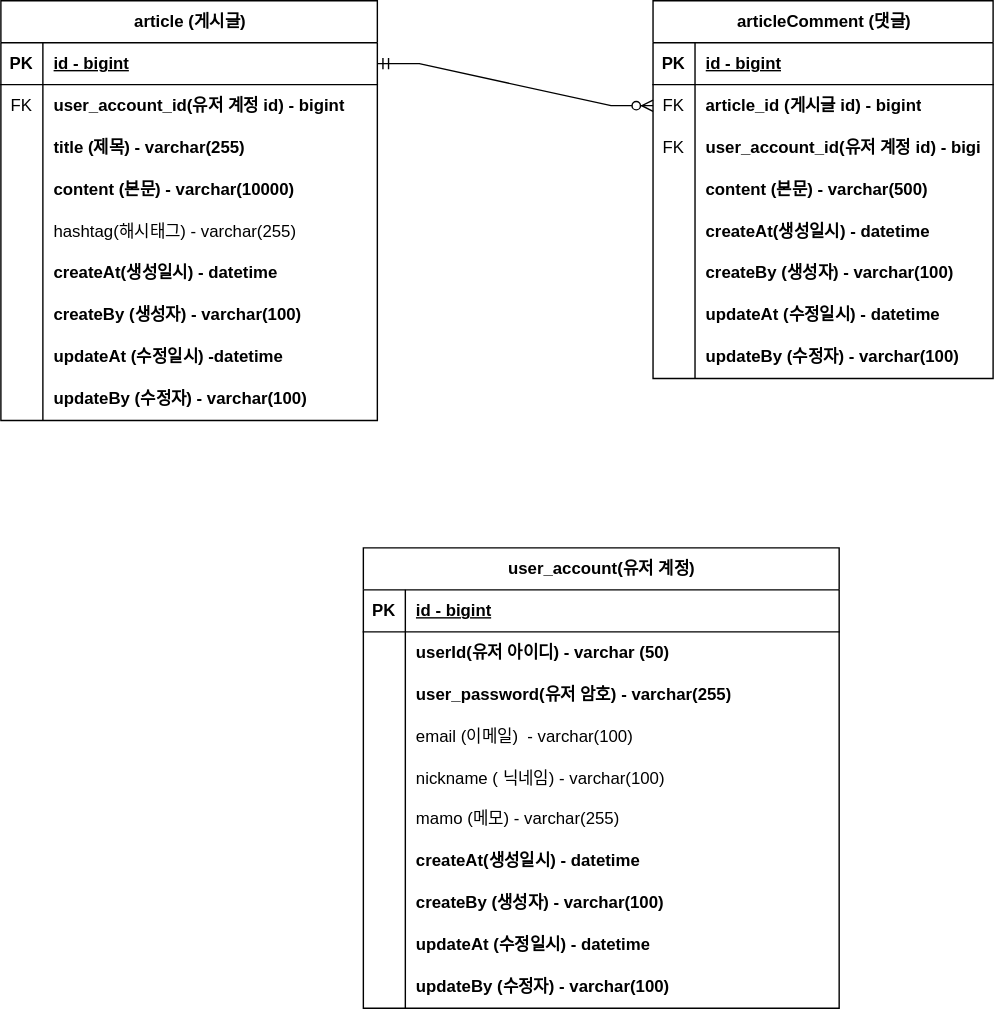
This is document/project-board-erd.svg from hojin7769/project-board, a draw.io export, as it was before one commit. Source tidied: cells renumbered, new cells last; positions are measured from the earlier drawing's top-left corner, leaving out a move shared by most shapes.
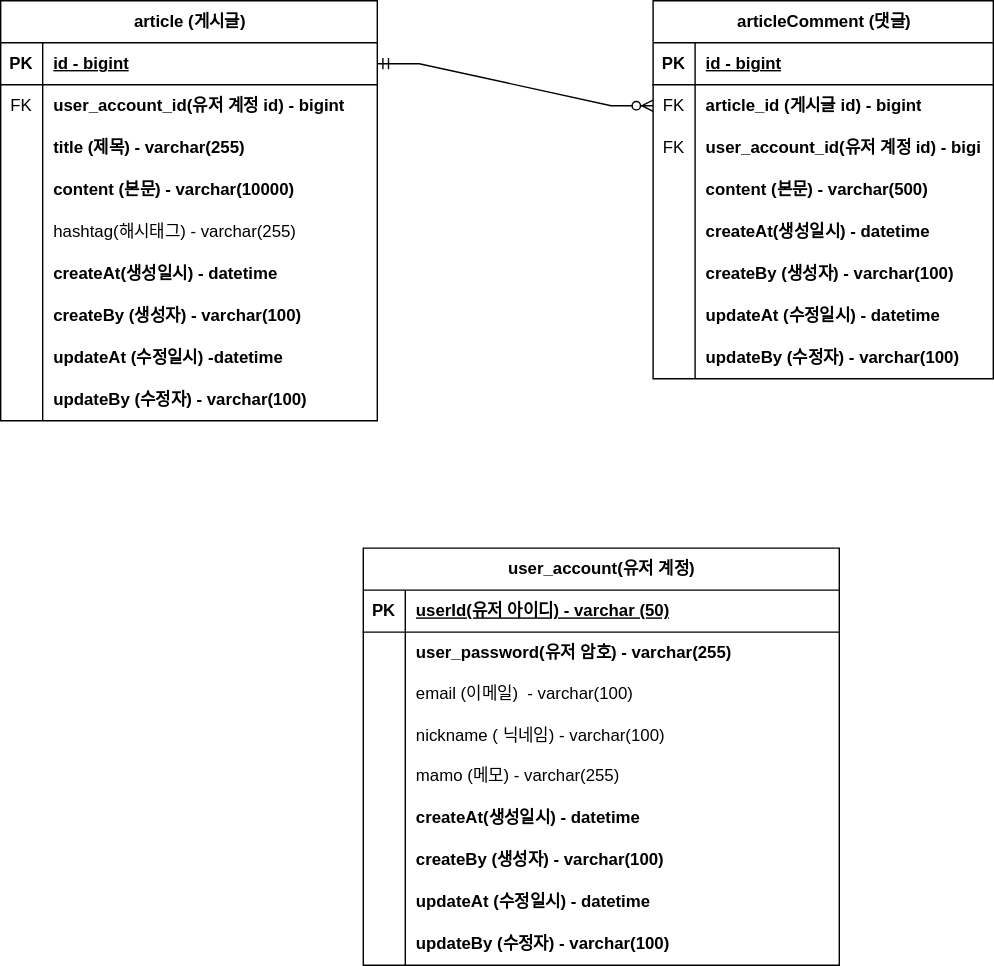
The same file after the commit.

Commit message:
#43 - ERD 문서 수정: 회원 계정 user_id 를 PK로 변경

회원 계정 기존 `id` 를 삭제하고 `user_id`를 pk로 변경하는
그림 적용

Diff of the diagram source:
```diff
@@ -165,7 +165,7 @@
       <mxGeometry relative="1" as="geometry" />
     </mxCell>
     <mxCell id="56" value="user_account(유저 계정)" style="shape=table;startSize=30;rowLines=0;fontStyle=1;align=center;html=1;" parent="1" vertex="1">
-      <mxGeometry x="259" y="391" width="340" height="329" as="geometry" />
+      <mxGeometry x="259" y="391" width="340" height="298" as="geometry" />
     </mxCell>
     <mxCell id="57" style="shape=tableRow;horizontal=0;startSize=0;swimlaneHead=0;swimlaneBody=0;fillColor=none;top=0;left=0;right=0;bottom=1;" parent="56" vertex="1">
       <mxGeometry y="30" width="340" height="30" as="geometry" />
@@ -173,29 +173,20 @@
     <mxCell id="58" value="PK" style="shape=partialRectangle;fillColor=none;top=0;left=0;bottom=0;right=0;fontStyle=1;overflow=hidden;whiteSpace=wrap;html=1;" parent="57" vertex="1">
       <mxGeometry width="30" height="30" as="geometry" />
     </mxCell>
-    <mxCell id="59" value="id - bigint" style="shape=partialRectangle;fillColor=none;top=0;left=0;bottom=0;right=0;align=left;spacingLeft=6;fontStyle=5;overflow=hidden;whiteSpace=wrap;html=1;" parent="57" vertex="1">
+    <mxCell id="59" value="&lt;b style=&quot;border-color: var(--border-color);&quot;&gt;userId(유저 아이디) - varchar (50)&lt;/b&gt;" style="shape=partialRectangle;fillColor=none;top=0;left=0;bottom=0;right=0;align=left;spacingLeft=6;fontStyle=5;overflow=hidden;whiteSpace=wrap;html=1;" parent="57" vertex="1">
       <mxGeometry x="30" width="310" height="30" as="geometry" />
     </mxCell>
-    <mxCell id="60" style="shape=tableRow;horizontal=0;startSize=0;swimlaneHead=0;swimlaneBody=0;fillColor=none;top=0;left=0;right=0;bottom=0;" parent="56" vertex="1">
-      <mxGeometry y="60" width="340" height="30" as="geometry" />
-    </mxCell>
-    <mxCell id="61" style="shape=partialRectangle;fillColor=none;top=0;left=0;bottom=0;right=0;overflow=hidden;whiteSpace=wrap;html=1;" parent="60" vertex="1">
-      <mxGeometry width="30" height="30" as="geometry" />
-    </mxCell>
-    <mxCell id="62" value="&lt;b&gt;userId(유저 아이디) - varchar (50)&lt;/b&gt;" style="shape=partialRectangle;fillColor=none;top=0;left=0;bottom=0;right=0;align=left;spacingLeft=6;overflow=hidden;whiteSpace=wrap;html=1;" parent="60" vertex="1">
-      <mxGeometry x="30" width="310" height="30" as="geometry" />
-    </mxCell>
     <mxCell id="63" style="shape=tableRow;horizontal=0;startSize=0;swimlaneHead=0;swimlaneBody=0;fillColor=none;top=0;left=0;right=0;bottom=0;" parent="56" vertex="1">
-      <mxGeometry y="90" width="340" height="30" as="geometry" />
+      <mxGeometry y="60" width="340" height="29" as="geometry" />
     </mxCell>
     <mxCell id="64" style="shape=partialRectangle;fillColor=none;top=0;left=0;bottom=0;right=0;overflow=hidden;whiteSpace=wrap;html=1;" parent="63" vertex="1">
-      <mxGeometry width="30" height="30" as="geometry" />
+      <mxGeometry width="30" height="29" as="geometry" />
     </mxCell>
     <mxCell id="65" value="user_password(유저 암호) - varchar(255)" style="shape=partialRectangle;fillColor=none;top=0;left=0;bottom=0;right=0;align=left;spacingLeft=6;overflow=hidden;whiteSpace=wrap;html=1;fontStyle=1;" parent="63" vertex="1">
-      <mxGeometry x="30" width="310" height="30" as="geometry" />
+      <mxGeometry x="30" width="310" height="29" as="geometry" />
     </mxCell>
     <mxCell id="66" style="shape=tableRow;horizontal=0;startSize=0;swimlaneHead=0;swimlaneBody=0;fillColor=none;top=0;left=0;right=0;bottom=0;" parent="56" vertex="1">
-      <mxGeometry y="120" width="340" height="30" as="geometry" />
+      <mxGeometry y="89" width="340" height="30" as="geometry" />
     </mxCell>
     <mxCell id="67" style="shape=partialRectangle;fillColor=none;top=0;left=0;bottom=0;right=0;overflow=hidden;whiteSpace=wrap;html=1;" parent="66" vertex="1">
       <mxGeometry width="30" height="30" as="geometry" />
@@ -204,7 +195,7 @@
       <mxGeometry x="30" width="310" height="30" as="geometry" />
     </mxCell>
     <mxCell id="69" style="shape=tableRow;horizontal=0;startSize=0;swimlaneHead=0;swimlaneBody=0;fillColor=none;top=0;left=0;right=0;bottom=0;" parent="56" vertex="1">
-      <mxGeometry y="150" width="340" height="29" as="geometry" />
+      <mxGeometry y="119" width="340" height="29" as="geometry" />
     </mxCell>
     <mxCell id="70" style="shape=partialRectangle;fillColor=none;top=0;left=0;bottom=0;right=0;overflow=hidden;whiteSpace=wrap;html=1;" parent="69" vertex="1">
       <mxGeometry width="30" height="29" as="geometry" />
@@ -213,7 +204,7 @@
       <mxGeometry x="30" width="310" height="29" as="geometry" />
     </mxCell>
     <mxCell id="72" style="shape=tableRow;horizontal=0;startSize=0;swimlaneHead=0;swimlaneBody=0;fillColor=none;top=0;left=0;right=0;bottom=0;" parent="56" vertex="1">
-      <mxGeometry y="179" width="340" height="30" as="geometry" />
+      <mxGeometry y="148" width="340" height="30" as="geometry" />
     </mxCell>
     <mxCell id="73" style="shape=partialRectangle;fillColor=none;top=0;left=0;bottom=0;right=0;overflow=hidden;whiteSpace=wrap;html=1;" parent="72" vertex="1">
       <mxGeometry width="30" height="30" as="geometry" />
@@ -222,7 +213,7 @@
       <mxGeometry x="30" width="310" height="30" as="geometry" />
     </mxCell>
     <mxCell id="75" style="shape=tableRow;horizontal=0;startSize=0;swimlaneHead=0;swimlaneBody=0;fillColor=none;top=0;left=0;right=0;bottom=0;" parent="56" vertex="1">
-      <mxGeometry y="209" width="340" height="30" as="geometry" />
+      <mxGeometry y="178" width="340" height="30" as="geometry" />
     </mxCell>
     <mxCell id="76" style="shape=partialRectangle;fillColor=none;top=0;left=0;bottom=0;right=0;overflow=hidden;whiteSpace=wrap;html=1;" parent="75" vertex="1">
       <mxGeometry width="30" height="30" as="geometry" />
@@ -231,7 +222,7 @@
       <mxGeometry x="30" width="310" height="30" as="geometry" />
     </mxCell>
     <mxCell id="78" style="shape=tableRow;horizontal=0;startSize=0;swimlaneHead=0;swimlaneBody=0;fillColor=none;top=0;left=0;right=0;bottom=0;" parent="56" vertex="1">
-      <mxGeometry y="239" width="340" height="30" as="geometry" />
+      <mxGeometry y="208" width="340" height="30" as="geometry" />
     </mxCell>
     <mxCell id="79" style="shape=partialRectangle;fillColor=none;top=0;left=0;bottom=0;right=0;overflow=hidden;whiteSpace=wrap;html=1;" parent="78" vertex="1">
       <mxGeometry width="30" height="30" as="geometry" />
@@ -240,7 +231,7 @@
       <mxGeometry x="30" width="310" height="30" as="geometry" />
     </mxCell>
     <mxCell id="81" style="shape=tableRow;horizontal=0;startSize=0;swimlaneHead=0;swimlaneBody=0;fillColor=none;top=0;left=0;right=0;bottom=0;" parent="56" vertex="1">
-      <mxGeometry y="269" width="340" height="30" as="geometry" />
+      <mxGeometry y="238" width="340" height="30" as="geometry" />
     </mxCell>
     <mxCell id="82" style="shape=partialRectangle;fillColor=none;top=0;left=0;bottom=0;right=0;overflow=hidden;whiteSpace=wrap;html=1;" parent="81" vertex="1">
       <mxGeometry width="30" height="30" as="geometry" />
@@ -249,7 +240,7 @@
       <mxGeometry x="30" width="310" height="30" as="geometry" />
     </mxCell>
     <mxCell id="84" style="shape=tableRow;horizontal=0;startSize=0;swimlaneHead=0;swimlaneBody=0;fillColor=none;top=0;left=0;right=0;bottom=0;" parent="56" vertex="1">
-      <mxGeometry y="299" width="340" height="30" as="geometry" />
+      <mxGeometry y="268" width="340" height="30" as="geometry" />
     </mxCell>
     <mxCell id="85" style="shape=partialRectangle;fillColor=none;top=0;left=0;bottom=0;right=0;overflow=hidden;whiteSpace=wrap;html=1;" parent="84" vertex="1">
       <mxGeometry width="30" height="30" as="geometry" />
```
